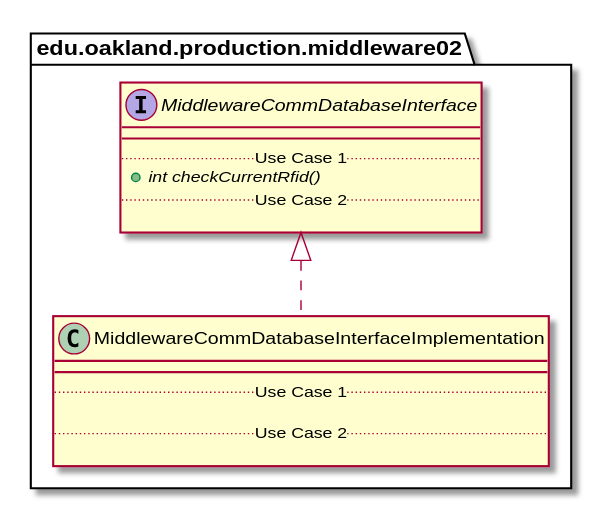
andrewdimmer/csi-3370-software-project keeps this PlantUML diagram as docs/uml-class-diagrams/middleware02/production/MiddlewareCommDatabaseInterfaceImplementation/MiddlewareCommDatabaseInterfaceImplementation_DirectDependencies.svg. Above is the earlier version. The source it was exported from:
```plantuml
@startuml MiddlewareCommDatabaseInterfaceImplementation_DirectDependencies


package edu.oakland.production.middleware02 {
    class MiddlewareCommDatabaseInterfaceImplementation {
        __
        .. Use Case 1 ..

        .. Use Case 2 ..

    }
}



package edu.oakland.production.middleware02 {
    interface MiddlewareCommDatabaseInterface {
        __
        .. Use Case 1 ..
        {abstract} + int checkCurrentRfid()
        .. Use Case 2 ..

    }
}

MiddlewareCommDatabaseInterfaceImplementation .up.|> MiddlewareCommDatabaseInterface





@enduml
```
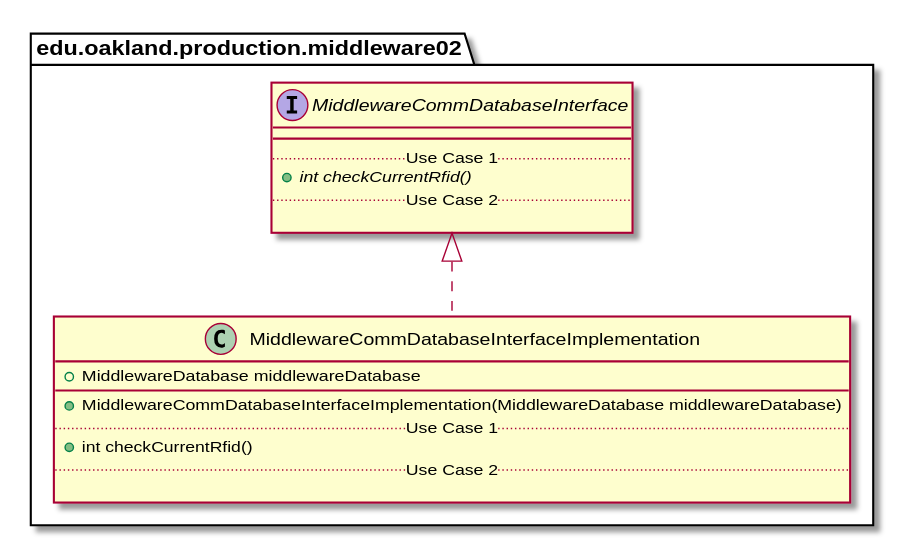
The same diagram one commit later.

Change to the diagram source:
```diff
@@ -3,9 +3,11 @@
 
 package edu.oakland.production.middleware02 {
     class MiddlewareCommDatabaseInterfaceImplementation {
+        + MiddlewareDatabase middlewareDatabase
         __
+        + MiddlewareCommDatabaseInterfaceImplementation(MiddlewareDatabase middlewareDatabase)
         .. Use Case 1 ..
-
+        + int checkCurrentRfid()
         .. Use Case 2 ..
 
     }
```
